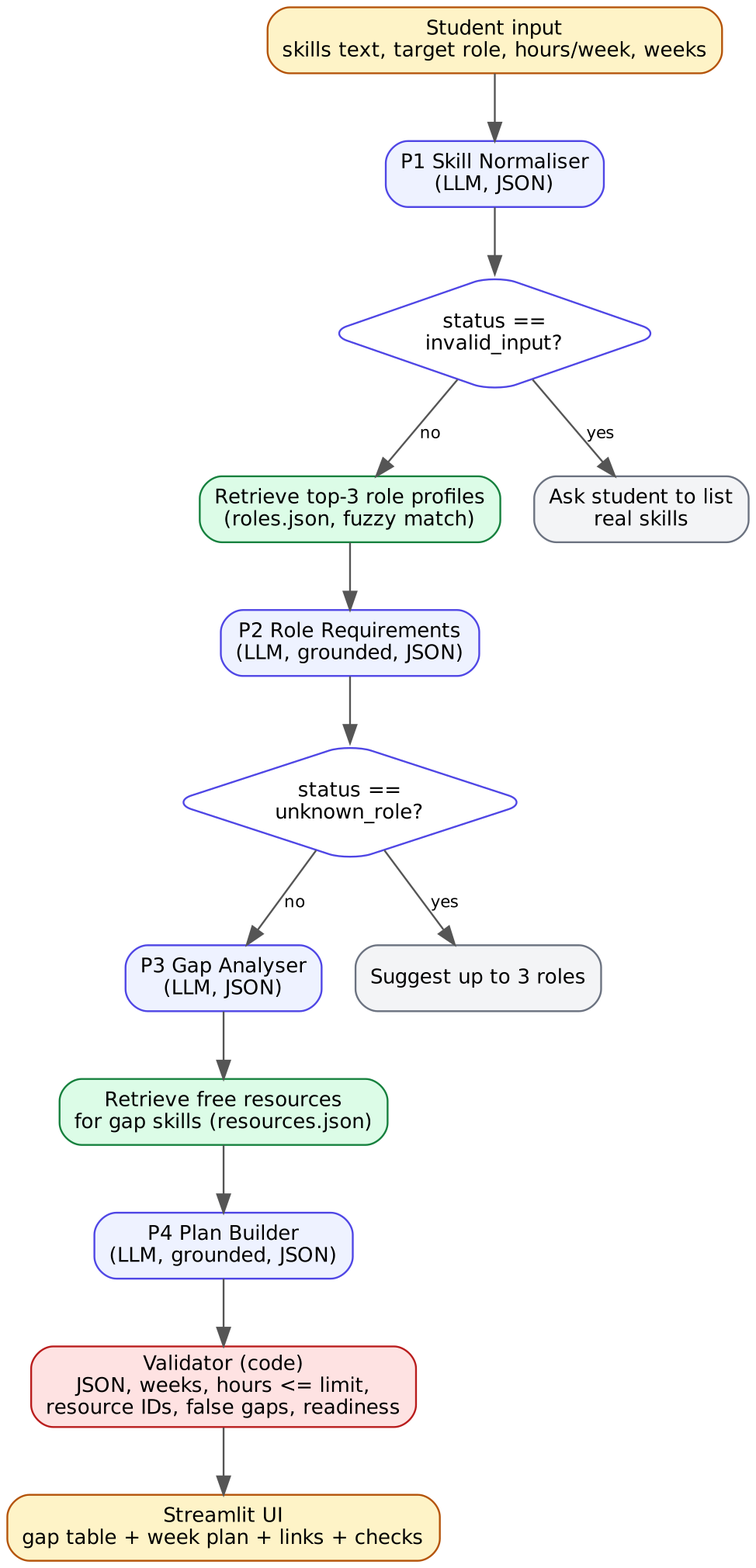
Above: docs/diagrams/prompt_workflow.png in vanshchaudhary2810/skillit-prompt (Graphviz), before the change. Its source is kept beside it as docs/diagrams/prompt_workflow.dot.
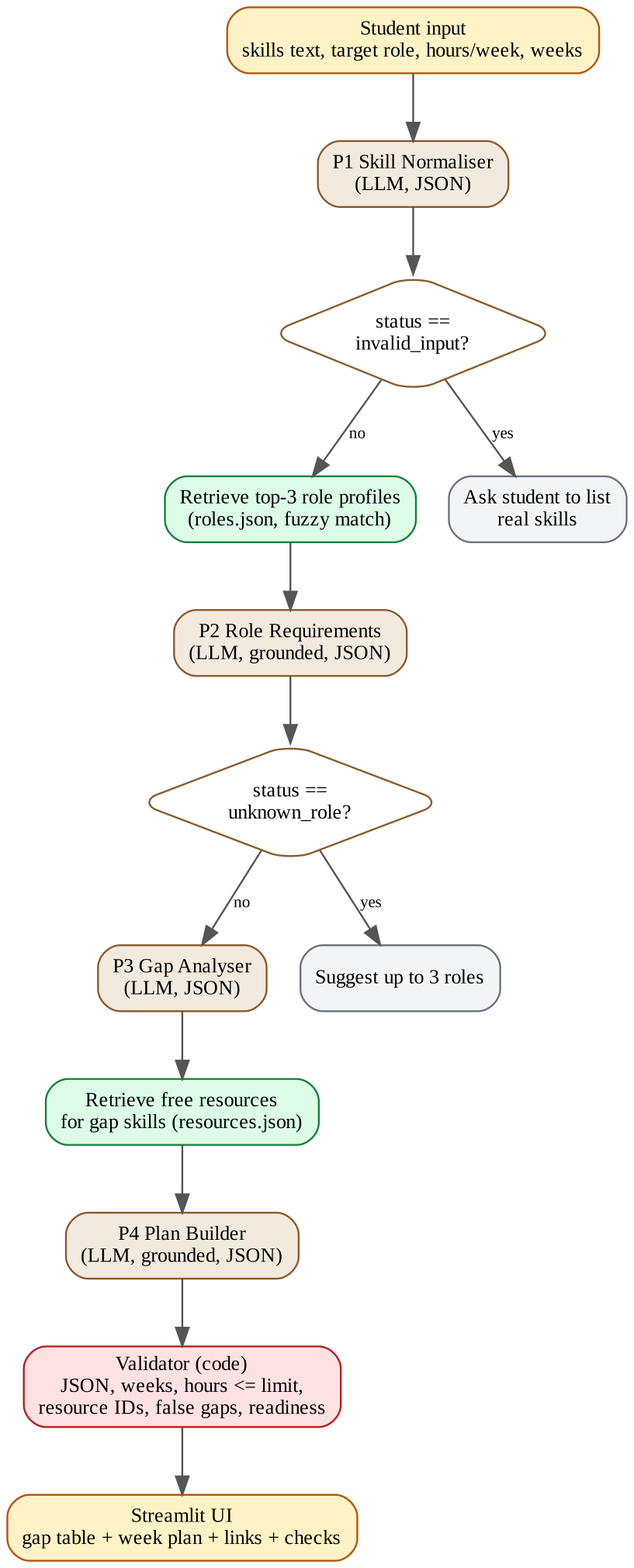
Above is the later version.

The edit, as a diff of the source:
```diff
@@ -1,4 +1,4 @@
-digraph G { rankdir=TB; node [fontname="Helvetica", fontsize=11, style="rounded,filled", shape=box, fillcolor="#EEF2FF", color="#4F46E5"]; edge [fontname="Helvetica", fontsize=9, color="#555555"];
+digraph G { rankdir=TB; node [fontname="Liberation Serif", fontsize=11, style="rounded,filled", shape=box, fillcolor="#F3EADF", color="#8B5A2B"]; edge [fontname="Liberation Serif", fontsize=9, color="#555555"];
 in [label="Student input\nskills text, target role, hours/week, weeks", fillcolor="#FEF3C7", color="#B45309"];
 p1 [label="P1 Skill Normaliser\n(LLM, JSON)"]; d1 [label="status ==\ninvalid_input?", shape=diamond, fillcolor="#FFFFFF"];
 r1 [label="Retrieve top-3 role profiles\n(roles.json, fuzzy match)", fillcolor="#DCFCE7", color="#15803D"];
```
